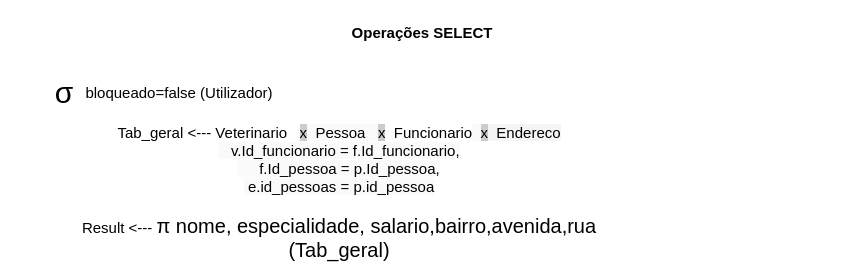
JeanJacquesNS/clinica-veterinaria keeps this draw.io diagram as page "Operações (Algebra Relacional)" (4 of 8) of modelagem_banco-de-dados/ClinicaVeterianaria.drawio. Above is the earlier version. Source tidied: cells renumbered, new cells numbered last; positions are measured from the earlier drawing's top-left corner, leaving out a move shared by most shapes. Both pictures are drawn from the tidied source at 100%, with x=0, y=0 at pixel (17, 17).
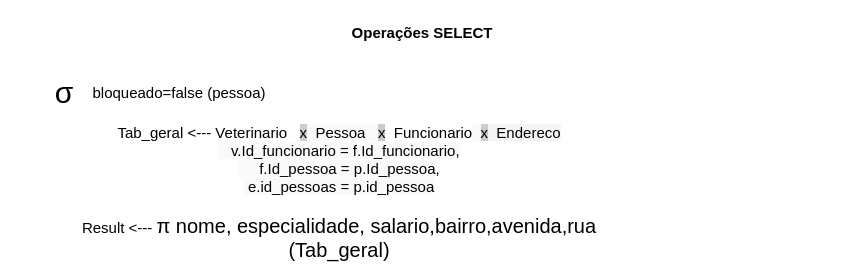
The same diagram, later.

The edit, as a diff of the source:
```diff
@@
 <mxGraphModel>
   <root>
     <mxCell id="0" />
     <mxCell id="1" parent="0" />
     <mxCell id="2" value="Operações SELECT" style="text;html=1;strokeColor=none;fillColor=none;align=center;verticalAlign=middle;whiteSpace=wrap;rounded=0;fontStyle=1;fontSize=15;" parent="1" vertex="1">
       <mxGeometry width="810" height="30" as="geometry" />
     </mxCell>
     <mxCell id="3" value="&lt;p&gt;&lt;font size=&quot;1&quot;&gt;&lt;span&gt;&lt;font style=&quot;font-size: 30px;&quot; face=&quot;Calibri&quot;&gt;σ &lt;br&gt;&lt;/font&gt;&lt;/span&gt;&lt;/font&gt;&lt;/p&gt;" style="text;html=1;strokeColor=none;fillColor=none;align=center;verticalAlign=middle;whiteSpace=wrap;rounded=0;fontSize=15;" parent="1" vertex="1">
       <mxGeometry x="27" y="60" width="40" height="30" as="geometry" />
     </mxCell>
-    <mxCell id="4" value="bloqueado=false (Utilizador)" style="text;html=1;strokeColor=none;fillColor=none;align=center;verticalAlign=middle;whiteSpace=wrap;rounded=0;fontSize=15;" parent="1" vertex="1">
+    <mxCell id="4" value="bloqueado=false (pessoa)" style="text;html=1;strokeColor=none;fillColor=none;align=center;verticalAlign=middle;whiteSpace=wrap;rounded=0;fontSize=15;" parent="1" vertex="1">
       <mxGeometry x="67" y="60" width="190" height="30" as="geometry" />
     </mxCell>
     <mxCell id="5" value="&lt;div&gt;Tab_geral &amp;lt;--- Veterinario&amp;nbsp;&amp;nbsp; &lt;span style=&quot;background-color: rgb(204, 204, 204);&quot;&gt;x&lt;span style=&quot;background-color: rgb(250, 250, 250);&quot;&gt;&amp;nbsp; Pessoa&amp;nbsp;&amp;nbsp; &lt;span style=&quot;background-color: rgb(204, 204, 204);&quot;&gt;x&lt;span style=&quot;background-color: rgb(255, 255, 255);&quot;&gt;&amp;nbsp; Funcionario&lt;/span&gt;&lt;/span&gt;&amp;nbsp; &lt;span style=&quot;background-color: rgb(204, 204, 204);&quot;&gt;x&lt;span style=&quot;background-color: rgb(245, 245, 245);&quot;&gt;&amp;nbsp; Endereco &lt;/span&gt;&lt;/span&gt;&lt;br&gt;&lt;/span&gt;&lt;/span&gt;&lt;/div&gt;&lt;div&gt;&lt;span style=&quot;background-color: rgb(204, 204, 204);&quot;&gt;&lt;span style=&quot;background-color: rgb(250, 250, 250);&quot;&gt;&lt;span style=&quot;white-space: pre;&quot;&gt; &lt;/span&gt;&lt;span style=&quot;white-space: pre;&quot;&gt; &lt;/span&gt; v.Id_funcionario = f.Id_funcionario,&lt;/span&gt;&lt;/span&gt;&lt;/div&gt;&lt;div&gt;&lt;span style=&quot;background-color: rgb(204, 204, 204);&quot;&gt;&lt;span style=&quot;background-color: rgb(250, 250, 250);&quot;&gt;&amp;nbsp;&amp;nbsp;&amp;nbsp;&amp;nbsp; f.Id_pessoa = p.Id_pessoa,&lt;br&gt;&lt;/span&gt;&lt;/span&gt;&lt;/div&gt;&lt;div&gt;&lt;span style=&quot;background-color: rgb(204, 204, 204);&quot;&gt;&lt;span style=&quot;background-color: rgb(250, 250, 250);&quot;&gt;&lt;span style=&quot;white-space: pre;&quot;&gt; &lt;/span&gt;e.id_pessoas = p.id_pessoa&lt;br&gt;&lt;/span&gt;&lt;/span&gt;&lt;/div&gt;&lt;div&gt;&lt;span style=&quot;background-color: rgb(204, 204, 204);&quot;&gt;&lt;span style=&quot;background-color: rgb(250, 250, 250);&quot;&gt;&lt;br&gt;&lt;/span&gt;&lt;/span&gt;&lt;/div&gt;&lt;div&gt;&lt;span&gt;&lt;span&gt;Result &amp;lt;--- &lt;/span&gt;&lt;/span&gt;&lt;font size=&quot;1&quot;&gt;&lt;span&gt;&lt;font style=&quot;font-size: 20px;&quot; face=&quot;Calibri&quot;&gt;π nome, especialidade, salario,bairro,avenida,rua (Tab_geral)&lt;/font&gt;&lt;/span&gt;&lt;/font&gt;&lt;span&gt;&lt;span&gt;&lt;/span&gt;&lt;/span&gt;&lt;/div&gt;" style="text;html=1;strokeColor=none;fillColor=none;align=center;verticalAlign=middle;whiteSpace=wrap;rounded=0;fontSize=15;" parent="1" vertex="1">
       <mxGeometry x="27" y="120" width="590" height="110" as="geometry" />
     </mxCell>
   </root>
 </mxGraphModel>
```
